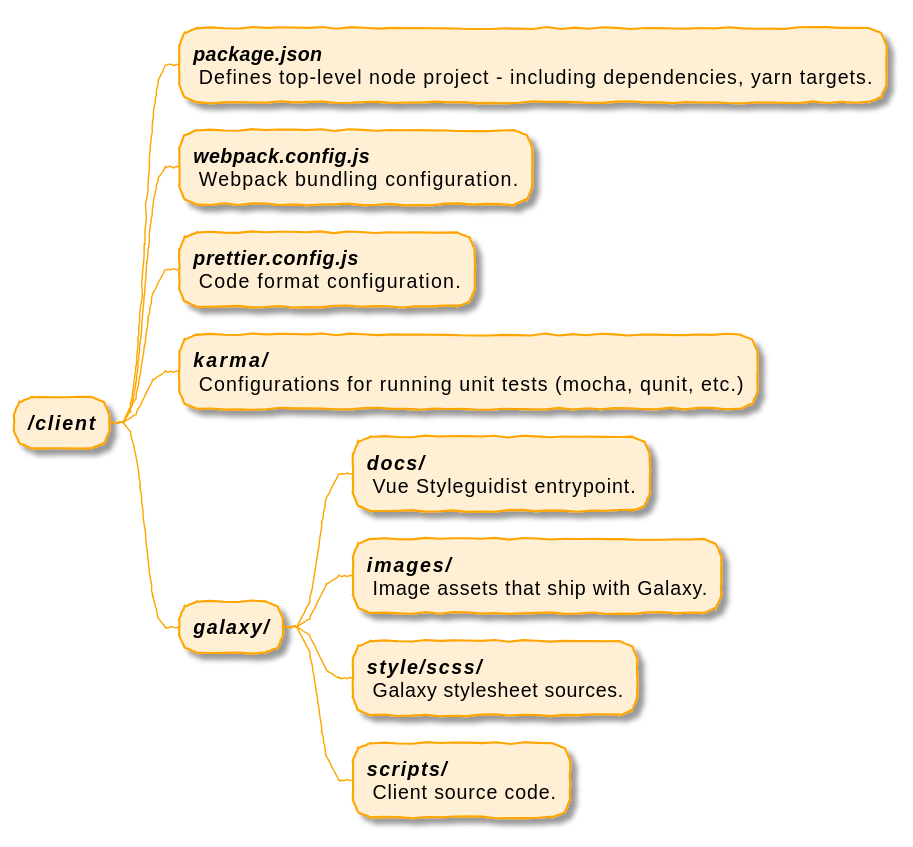
Before: topics/dev/images/core_files_client_build.plantuml.svg, a diagram exported from PlantUML (galaxyproject/training-material).
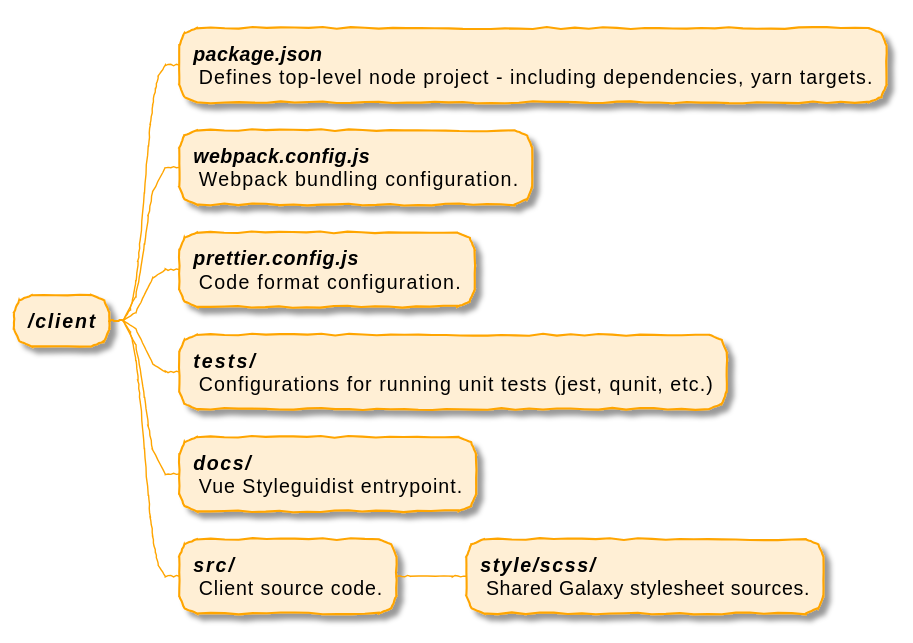
The same file after the commit.

Change to the diagram source:
```diff
@@ -9,15 +9,12 @@
  Webpack bundling configuration.;
 **:<b><i>prettier.config.js</i></b>
  Code format configuration.;
-**:<b><i>karma/</i></b>
- Configurations for running unit tests (mocha, qunit, etc.);
-** <b><i>galaxy/</i></b>
-***:<b><i>docs/</i></b>
+**:<b><i>tests/</i></b>
+ Configurations for running unit tests (jest, qunit, etc.);
+**:<b><i>docs/</i></b>
  Vue Styleguidist entrypoint.;
-***:<b><i>images/</i></b>
- Image assets that ship with Galaxy.;
+**:<b><i>src/</i></b>
+ Client source code.;
 ***:<b><i>style/scss/</i></b>
- Galaxy stylesheet sources.;
-***:<b><i>scripts/</i></b>
- Client source code.;
+ Shared Galaxy stylesheet sources.;
 @endmindmap
```
